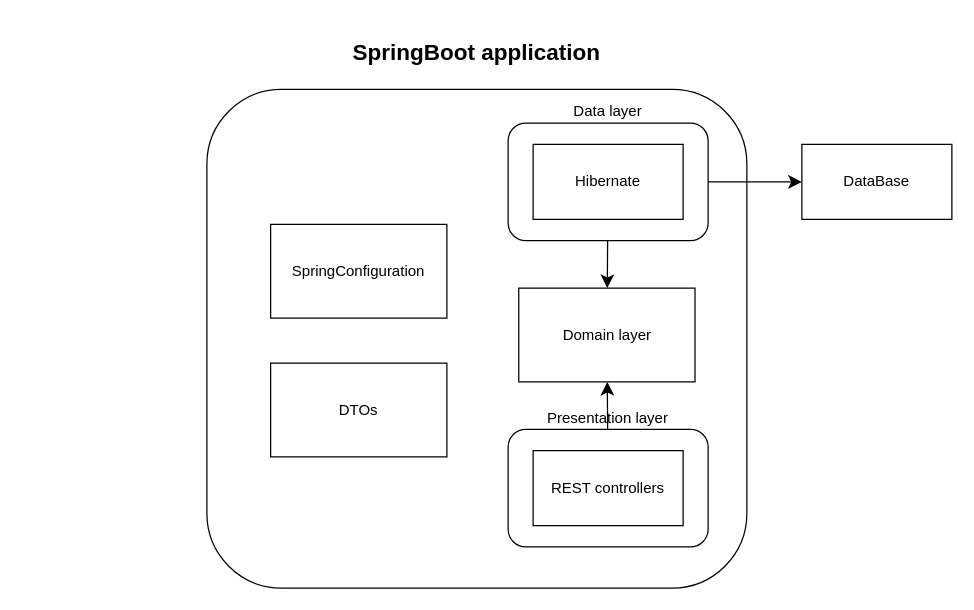
The draw.io diagram diagrams/backend_structure_diagram.drawio in Livmasss/Noizer-backend, before the edit. Source tidied: cells renumbered, new cells numbered last; positions are measured from the earlier drawing's top-left corner, leaving out a move shared by most shapes. Both pictures are drawn from the tidied source at 125%, with x=0, y=0 at pixel (206, 89).
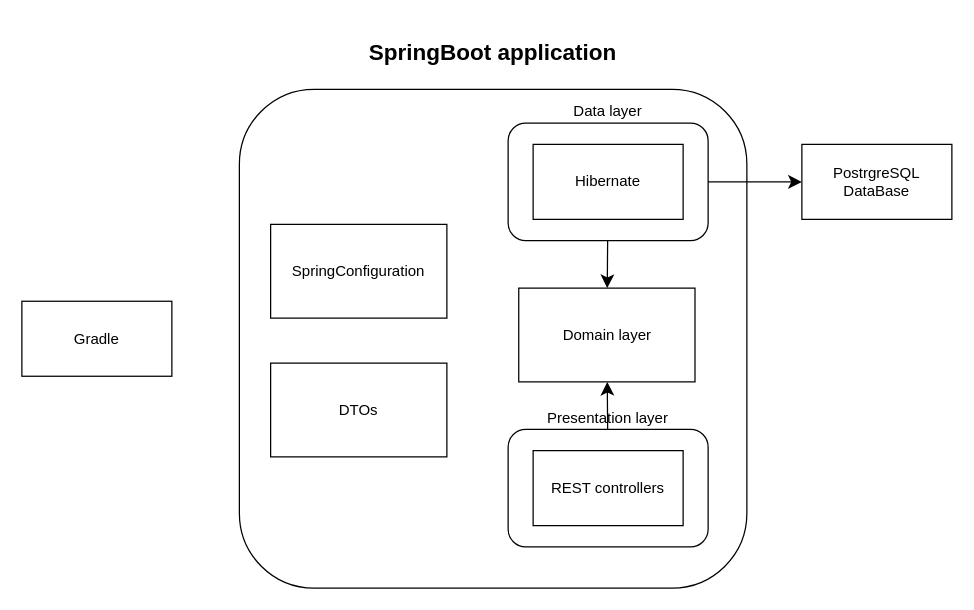
The same page after the edit.

Change to the diagram source:
```diff
@@
 <mxGraphModel>
   <root>
     <mxCell id="0" />
     <mxCell id="1" parent="0" />
     <mxCell id="2" value="&lt;h2&gt;SpringBoot application&lt;br&gt;&lt;/h2&gt;" style="rounded=1;whiteSpace=wrap;html=1;labelPosition=center;verticalLabelPosition=top;align=center;verticalAlign=bottom;" parent="1" vertex="1">
-      <mxGeometry width="432" height="399" as="geometry" />
+      <mxGeometry x="26" width="406" height="399" as="geometry" />
     </mxCell>
     <mxCell id="3" value="SpringConfiguration" style="rounded=0;whiteSpace=wrap;html=1;" parent="1" vertex="1">
       <mxGeometry x="51" y="108" width="141" height="75" as="geometry" />
     </mxCell>
     <mxCell id="4" value="Domain layer" style="rounded=0;whiteSpace=wrap;html=1;" parent="1" vertex="1">
       <mxGeometry x="249.5" y="159" width="141" height="75" as="geometry" />
     </mxCell>
     <mxCell id="5" style="edgeStyle=none;curved=1;rounded=0;jettySize=auto;html=1;fontSize=12;startSize=8;endSize=8;" parent="1" edge="1" target="4">
       <mxGeometry relative="1" as="geometry">
         <mxPoint x="318.8" y="234" as="sourcePoint" />
       </mxGeometry>
     </mxCell>
     <mxCell id="6" style="group;" parent="1" vertex="1">
       <mxGeometry x="241" y="27" width="160" height="94" as="geometry" />
     </mxCell>
     <mxCell id="7" value="Data layer" style="rounded=1;whiteSpace=wrap;html=1;labelPosition=center;verticalLabelPosition=top;align=center;verticalAlign=bottom;" parent="6" vertex="1">
       <mxGeometry width="160" height="94" as="geometry" />
     </mxCell>
     <mxCell id="8" value="Hibernate" style="rounded=0;whiteSpace=wrap;html=1;" parent="6" vertex="1">
       <mxGeometry x="20" y="17" width="120" height="60" as="geometry" />
     </mxCell>
     <mxCell id="9" style="edgeStyle=none;curved=1;rounded=0;jettySize=auto;html=1;fontSize=12;startSize=8;endSize=8;" parent="1" edge="1" source="7" target="4">
       <mxGeometry relative="1" as="geometry" />
     </mxCell>
     <mxCell id="10" value="&lt;div&gt;DTOs&lt;/div&gt;" style="rounded=0;whiteSpace=wrap;html=1;" parent="1" vertex="1">
       <mxGeometry x="51" y="219" width="141" height="75" as="geometry" />
     </mxCell>
-    <mxCell id="11" value="DataBase" style="rounded=0;whiteSpace=wrap;html=1;" parent="1" vertex="1">
+    <mxCell id="11" value="PostrgreSQL DataBase" style="rounded=0;whiteSpace=wrap;html=1;" parent="1" vertex="1">
       <mxGeometry x="476" y="44" width="120" height="60" as="geometry" />
     </mxCell>
     <mxCell id="12" style="edgeStyle=none;curved=1;rounded=0;jettySize=auto;html=1;fontSize=12;startSize=8;endSize=8;" parent="1" edge="1" source="7" target="11">
       <mxGeometry relative="1" as="geometry" />
     </mxCell>
     <mxCell id="13" style="group;" parent="1" vertex="1">
       <mxGeometry x="241" y="272" width="160" height="94" as="geometry" />
     </mxCell>
     <mxCell id="14" value="Presentation layer" style="rounded=1;whiteSpace=wrap;html=1;labelPosition=center;verticalLabelPosition=top;align=center;verticalAlign=bottom;" parent="13" vertex="1">
       <mxGeometry width="160" height="94" as="geometry" />
     </mxCell>
     <mxCell id="15" value="REST controllers" style="rounded=0;whiteSpace=wrap;html=1;" parent="13" vertex="1">
       <mxGeometry x="20" y="17" width="120" height="60" as="geometry" />
     </mxCell>
     <mxCell id="16" style="edgeStyle=none;curved=1;rounded=0;jettySize=auto;html=1;fontSize=12;startSize=8;endSize=8;" parent="1" edge="1" source="14" target="4">
       <mxGeometry relative="1" as="geometry" />
     </mxCell>
+    <mxCell id="17" value="Gradle" style="rounded=0;whiteSpace=wrap;html=1;" parent="1" vertex="1">
+      <mxGeometry x="-148" y="169.5" width="120" height="60" as="geometry" />
+    </mxCell>
   </root>
 </mxGraphModel>
```
